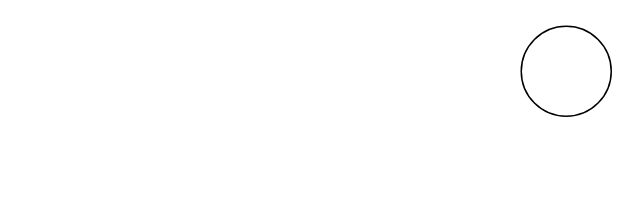
Earlier version of the draw.io diagram Grafo de fluxo.drawio (JudilenaGalvao/Prova2_GQS_Q2). Source tidied: cells renumbered, new cells numbered last; positions are measured from the earlier drawing's top-left corner, leaving out a move shared by most shapes. Both pictures are drawn from the tidied source at 150%, with x=0, y=0 at pixel (520, 26).
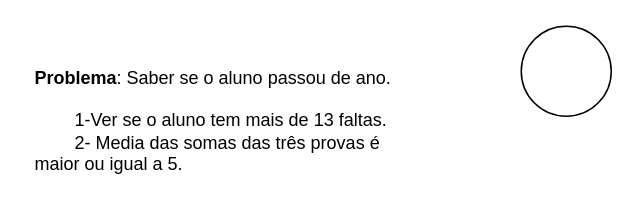
The same diagram, later.

The edit, as a diff of the source:
```diff
@@
 <mxGraphModel>
   <root>
     <mxCell id="0" />
     <mxCell id="1" parent="0" />
     <mxCell id="2" style="verticalLabelPosition=bottom;verticalAlign=top;html=1;shape=mxgraph.flowchart.on-page_reference;" parent="1" vertex="1">
       <mxGeometry width="60" height="60" as="geometry" />
     </mxCell>
+    <mxCell id="3" value="&lt;b&gt;Problema&lt;/b&gt;: Saber se o aluno passou de ano.&lt;br&gt;&lt;br&gt;&lt;span style=&quot;white-space: pre;&quot;&gt;&#9;&lt;/span&gt;1-Ver se o aluno tem mais de 13 faltas.&lt;br&gt;&lt;span style=&quot;white-space: pre;&quot;&gt;&#9;&lt;/span&gt;2- Media das somas das três provas é maior ou igual a 5." style="text;strokeColor=none;fillColor=none;align=left;verticalAlign=middle;spacingLeft=4;spacingRight=4;overflow=hidden;whiteSpace=wrap;html=1;" parent="1" vertex="1">
+      <mxGeometry x="-330" y="15" width="260" height="95" as="geometry" />
+    </mxCell>
   </root>
 </mxGraphModel>
```
